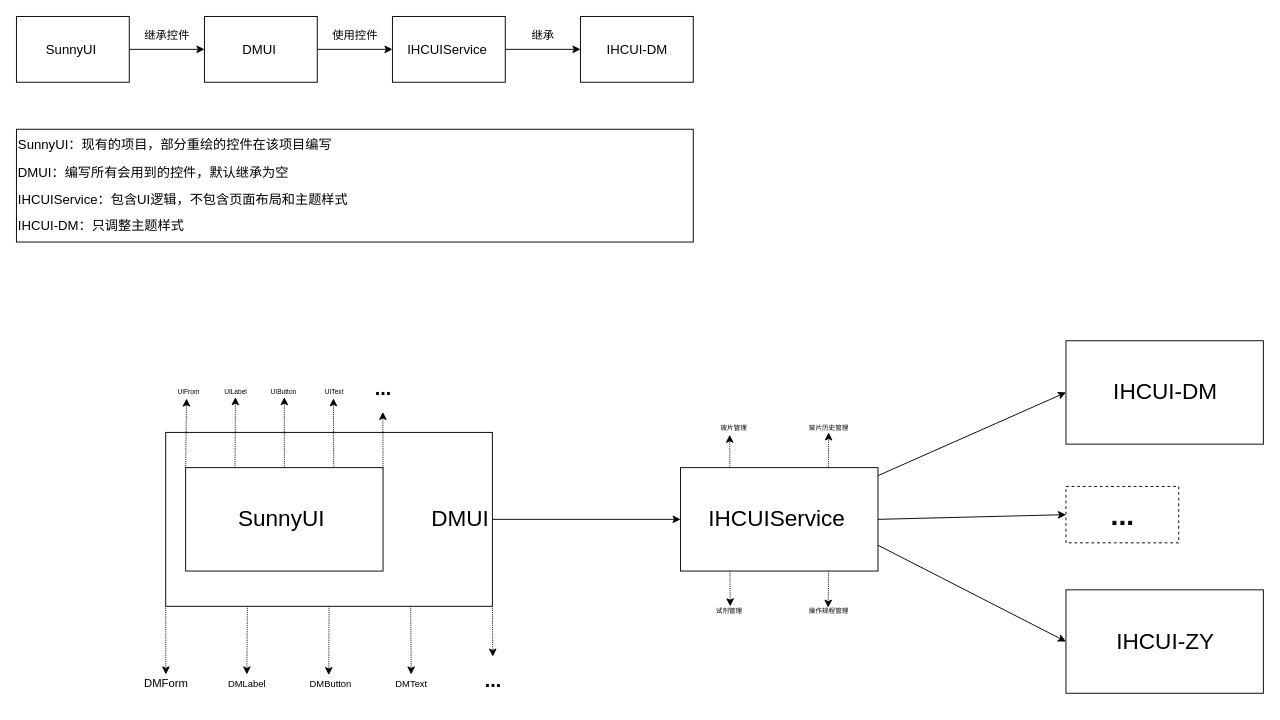
Earlier version of the draw.io diagram 组化软件新UI架构图.drawio (GreAmbWang/draw.io). Source tidied: cells renumbered, new cells numbered last; positions are measured from the earlier drawing's top-left corner, leaving out a move shared by most shapes. Both pictures are drawn from the tidied source at 94%, with x=0, y=0 at pixel (16, 16).
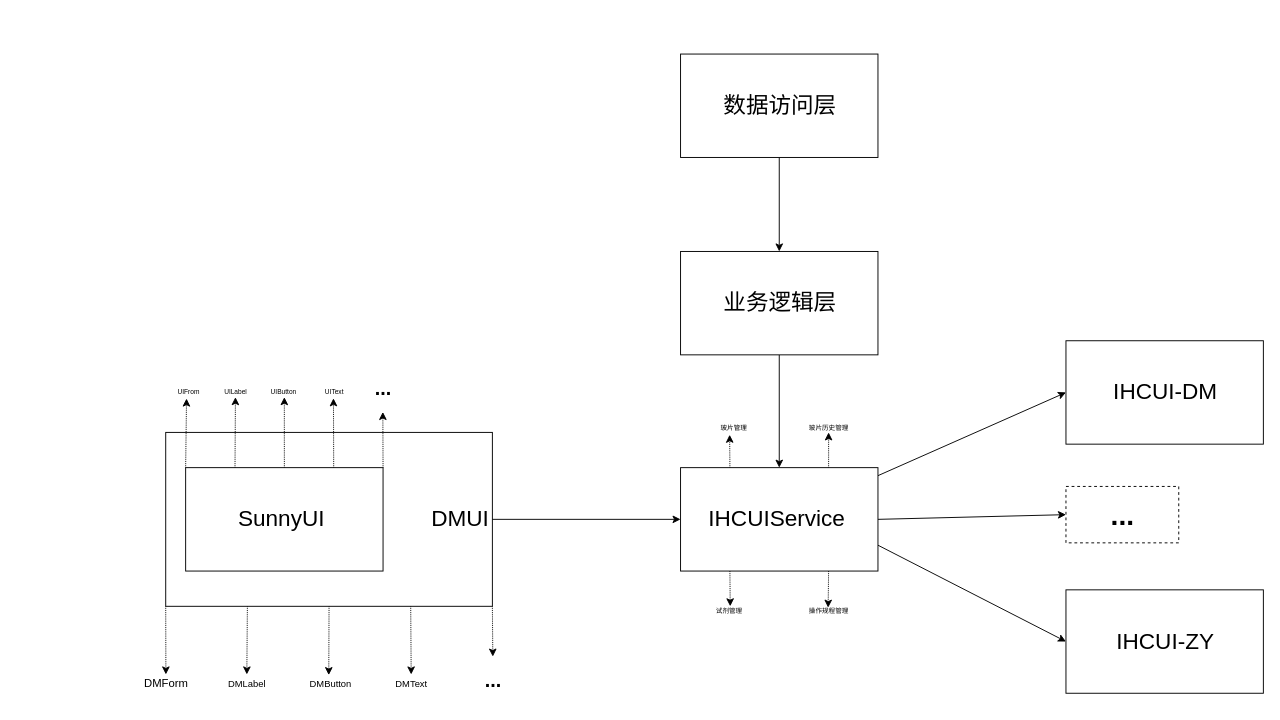
The same diagram, later.

Commit message:
Added 组化软件新UI架构图.drawio

The change refers to these unchanged cells:
```xml
<mxCell id="33" value="&lt;p class=&quot;MsoNormal&quot; style=&quot;font-size: 24px&quot;&gt;&lt;span&gt;IHCUIService&lt;/span&gt;&lt;span style=&quot;font-family: &amp;#34;calibri&amp;#34;&quot;&gt;&amp;nbsp;&lt;/span&gt;&lt;/p&gt;" style="html=1;" parent="1" vertex="1">
  <mxGeometry x="706.5" y="480" width="210" height="110" as="geometry" />
</mxCell>
```

The edit, as a diff of the source:
```diff
@@
-    <mxCell id="8" style="edgeStyle=orthogonalEdgeStyle;rounded=0;jettySize=auto;html=1;entryX=0;entryY=0.5;entryDx=0;entryDy=0;" parent="1" edge="1" source="9" target="11">
-      <mxGeometry relative="1" as="geometry" />
-    </mxCell>
-    <mxCell id="9" value="&lt;p class=&quot;MsoNormal&quot;&gt;&lt;span style=&quot;font-family: &amp;#34;calibri&amp;#34; ; font-size: 10.5000pt&quot;&gt;SunnyUI&amp;nbsp;&lt;/span&gt;&lt;/p&gt;" style="html=1;" parent="1" vertex="1">
-      <mxGeometry width="120" height="70" as="geometry" />
-    </mxCell>
-    <mxCell id="10" style="edgeStyle=orthogonalEdgeStyle;rounded=0;jettySize=auto;html=1;exitX=1;exitY=0.5;exitDx=0;exitDy=0;entryX=0;entryY=0.5;entryDx=0;entryDy=0;" parent="1" edge="1" source="11" target="13">
-      <mxGeometry relative="1" as="geometry" />
-    </mxCell>
-    <mxCell id="11" value="&lt;p class=&quot;MsoNormal&quot;&gt;&lt;span style=&quot;font-family: &amp;#34;calibri&amp;#34; ; font-size: 10.5000pt&quot;&gt;DMUI&amp;nbsp;&lt;/span&gt;&lt;/p&gt;" style="html=1;" parent="1" vertex="1">
-      <mxGeometry x="200" width="120" height="70" as="geometry" />
-    </mxCell>
-    <mxCell id="12" style="edgeStyle=orthogonalEdgeStyle;rounded=0;jettySize=auto;html=1;entryX=0;entryY=0.5;entryDx=0;entryDy=0;" parent="1" edge="1" source="13" target="14">
-      <mxGeometry relative="1" as="geometry" />
-    </mxCell>
-    <mxCell id="13" value="&lt;p class=&quot;MsoNormal&quot;&gt;&lt;span style=&quot;font-size: 10.5000pt&quot;&gt;IHCUIService&lt;/span&gt;&lt;span style=&quot;font-family: &amp;#34;calibri&amp;#34; ; font-size: 10.5000pt&quot;&gt;&amp;nbsp;&lt;/span&gt;&lt;/p&gt;" style="html=1;" parent="1" vertex="1">
-      <mxGeometry x="400" width="120" height="70" as="geometry" />
-    </mxCell>
-    <mxCell id="14" value="&lt;p class=&quot;MsoNormal&quot;&gt;&lt;span style=&quot;font-family: &amp;#34;calibri&amp;#34; ; font-size: 10.5000pt&quot;&gt;IHCUI-DM&lt;/span&gt;&lt;/p&gt;" style="html=1;" parent="1" vertex="1">
-      <mxGeometry x="600" width="120" height="70" as="geometry" />
-    </mxCell>
-    <mxCell id="15" value="继承控件" style="text;html=1;align=center;verticalAlign=middle;" parent="1" vertex="1">
-      <mxGeometry x="130" y="10" width="60" height="20" as="geometry" />
-    </mxCell>
-    <mxCell id="16" value="使用控件" style="text;html=1;align=center;verticalAlign=middle;" parent="1" vertex="1">
-      <mxGeometry x="330" y="10" width="60" height="20" as="geometry" />
-    </mxCell>
-    <mxCell id="17" value="继承" style="text;html=1;align=center;verticalAlign=middle;" parent="1" vertex="1">
-      <mxGeometry x="540" y="10" width="40" height="20" as="geometry" />
-    </mxCell>
-    <mxCell id="18" value="&lt;p class=&quot;MsoNormal&quot; align=&quot;justify&quot; style=&quot;text-align: justify&quot;&gt;&lt;span style=&quot;font-family: &amp;#34;calibri&amp;#34; ; font-size: 10.5000pt&quot;&gt;SunnyUI&lt;/span&gt;&lt;span style=&quot;font-size: 10.5000pt&quot;&gt;&lt;font face=&quot;宋体&quot;&gt;：现有的项目，部分重绘的控件在该项目编写&lt;/font&gt;&lt;/span&gt;&lt;span style=&quot;font-size: 10.5000pt&quot;&gt;&lt;/span&gt;&lt;/p&gt;&lt;p class=&quot;MsoNormal&quot; align=&quot;justify&quot; style=&quot;text-align: justify&quot;&gt;&lt;span style=&quot;font-size: 10.5000pt&quot;&gt;DMUI&lt;font face=&quot;宋体&quot;&gt;：编写所有会用到的控件，默认继承为空&lt;/font&gt;&lt;/span&gt;&lt;span style=&quot;font-size: 10.5000pt&quot;&gt;&lt;/span&gt;&lt;/p&gt;&lt;p class=&quot;MsoNormal&quot; align=&quot;justify&quot; style=&quot;text-align: justify&quot;&gt;&lt;span style=&quot;font-size: 10.5000pt&quot;&gt;IHCUIService&lt;font face=&quot;宋体&quot;&gt;：包含&lt;/font&gt;&lt;font face=&quot;Calibri&quot;&gt;UI&lt;/font&gt;&lt;font face=&quot;宋体&quot;&gt;逻辑，不包含页面布局和主题样式&lt;/font&gt;&lt;/span&gt;&lt;span style=&quot;font-size: 10.5000pt&quot;&gt;&lt;/span&gt;&lt;/p&gt;&lt;p class=&quot;MsoNormal&quot; align=&quot;justify&quot; style=&quot;text-align: justify&quot;&gt;&lt;span style=&quot;font-size: 10.5000pt&quot;&gt;IHCUI-DM&lt;font face=&quot;宋体&quot;&gt;：只调整主题样式&lt;/font&gt;&lt;/span&gt;&lt;span style=&quot;font-family: &amp;#34;calibri&amp;#34; ; font-size: 10.5000pt&quot;&gt;&lt;/span&gt;&lt;/p&gt;" style="rounded=0;whiteSpace=wrap;html=1;align=left;" parent="1" vertex="1">
-      <mxGeometry y="120" width="720" height="120" as="geometry" />
-    </mxCell>
@@
+    <mxCell id="51" style="edgeStyle=none;rounded=0;jettySize=auto;html=1;entryX=0.5;entryY=0;entryDx=0;entryDy=0;fontSize=7;" parent="1" edge="1" source="52" target="33">
+      <mxGeometry relative="1" as="geometry" />
+    </mxCell>
+    <mxCell id="52" value="&lt;p class=&quot;MsoNormal&quot; style=&quot;font-size: 24px&quot;&gt;业务逻辑层&lt;/p&gt;" style="html=1;" parent="1" vertex="1">
+      <mxGeometry x="706.5" y="250" width="210" height="110" as="geometry" />
+    </mxCell>
+    <mxCell id="53" style="edgeStyle=none;rounded=0;jettySize=auto;html=1;entryX=0.5;entryY=0;entryDx=0;entryDy=0;fontSize=7;" parent="1" edge="1" source="54" target="52">
+      <mxGeometry relative="1" as="geometry" />
+    </mxCell>
+    <mxCell id="54" value="&lt;p class=&quot;MsoNormal&quot; style=&quot;font-size: 24px&quot;&gt;数据访问层&lt;/p&gt;" style="html=1;" parent="1" vertex="1">
+      <mxGeometry x="706.5" y="40" width="210" height="110" as="geometry" />
+    </mxCell>
```
